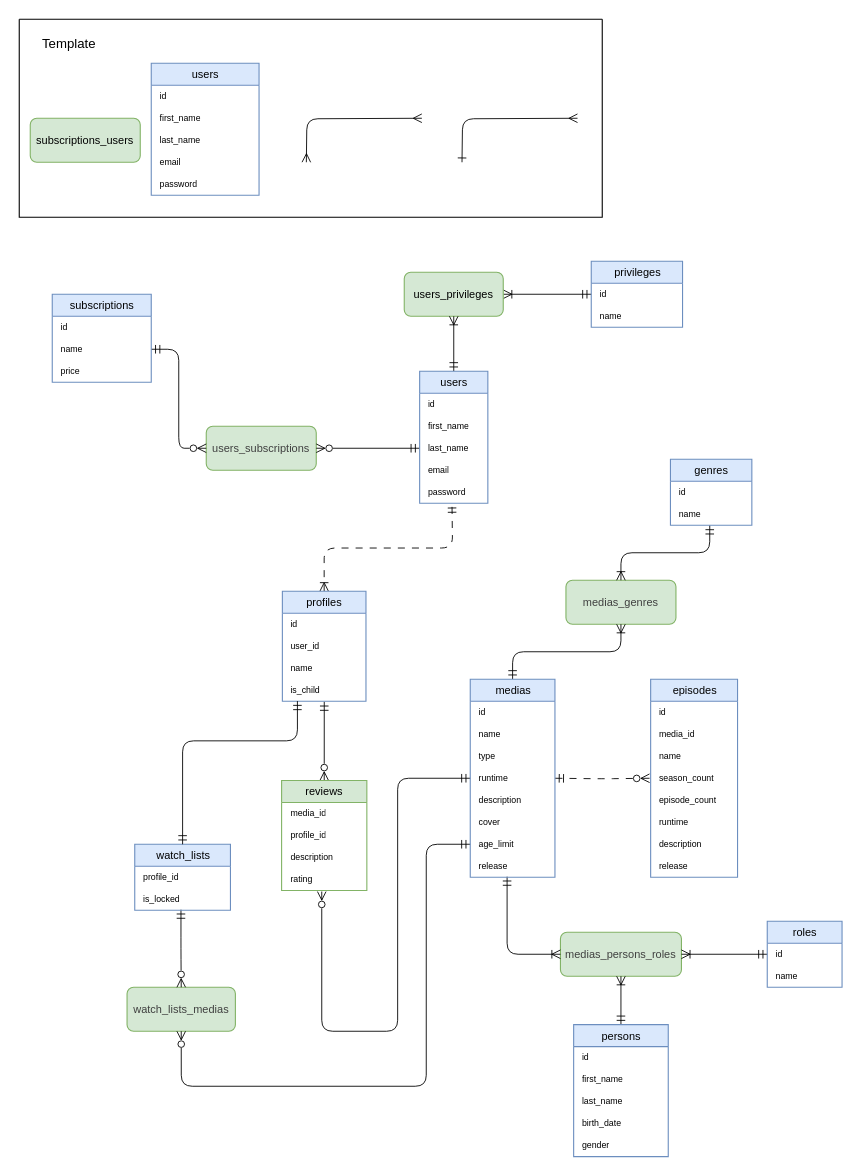
This is docs/diagrams/logical.drawio from Team-AB-DevOps/ab-dbd25, a draw.io file, before an edit. Source tidied: cells renumbered, new cells numbered last; positions are measured from the earlier drawing's top-left corner, leaving out a move shared by most shapes. Both pictures are drawn from the tidied source at 110%, with x=0, y=0 at pixel (19, 19).
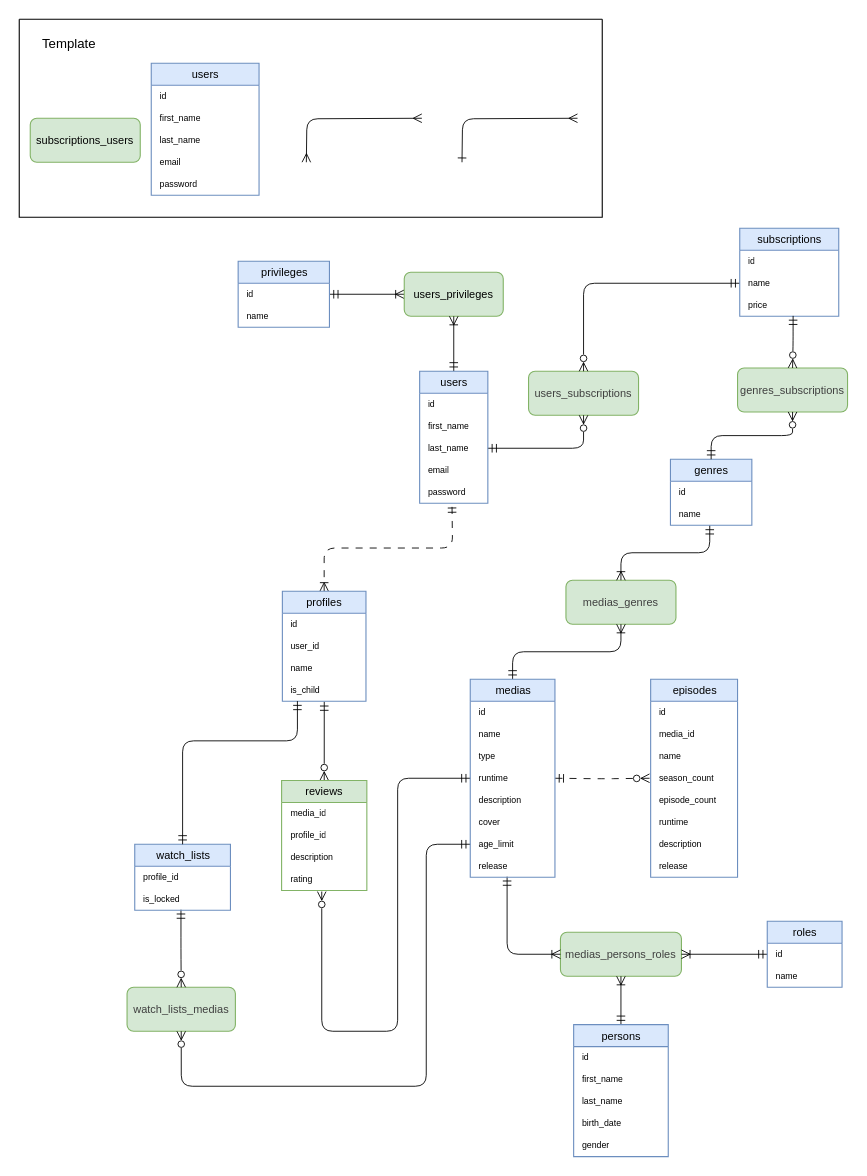
The same diagram, later.

Unchanged cells that the change refers to:
```xml
<mxCell id="3" value="&lt;span style=&quot;color: rgb(0, 0, 0);&quot;&gt;&lt;font style=&quot;font-size: 10px;&quot;&gt;users_privileges&lt;/font&gt;&lt;/span&gt;" style="rounded=1;whiteSpace=wrap;html=1;fillColor=#d5e8d4;strokeColor=#82b366;" parent="1" vertex="1">
  <mxGeometry x="350" y="230" width="90" height="40" as="geometry" />
</mxCell>
<mxCell id="38" style="shape=tableRow;horizontal=0;startSize=0;swimlaneHead=0;swimlaneBody=0;fillColor=none;points=[[0,0.5],[1,0.5]];portConstraint=eastwest;top=0;left=0;right=0;bottom=0;" parent="37" vertex="1">
  <mxGeometry y="20" width="83" height="20" as="geometry" />
</mxCell>
<mxCell id="47" style="shape=tableRow;horizontal=0;startSize=0;swimlaneHead=0;swimlaneBody=0;fillColor=none;points=[[0,0.5],[1,0.5]];portConstraint=eastwest;top=0;left=0;right=0;bottom=0;" parent="42" vertex="1">
  <mxGeometry y="60" width="62" height="20" as="geometry" />
</mxCell>
<mxCell id="56" style="shape=tableRow;horizontal=0;startSize=0;swimlaneHead=0;swimlaneBody=0;fillColor=none;points=[[0,0.5],[1,0.5]];portConstraint=eastwest;top=0;left=0;right=0;bottom=0;" parent="53" vertex="1">
  <mxGeometry y="40" width="90" height="20" as="geometry" />
</mxCell>
<mxCell id="58" style="shape=tableRow;horizontal=0;startSize=0;swimlaneHead=0;swimlaneBody=0;fillColor=none;points=[[0,0.5],[1,0.5]];portConstraint=eastwest;top=0;left=0;right=0;bottom=0;" parent="53" vertex="1">
  <mxGeometry y="60" width="90" height="20" as="geometry" />
</mxCell>
<mxCell id="69" value="&lt;span style=&quot;font-weight: normal;&quot;&gt;&lt;font style=&quot;font-size: 10px;&quot;&gt;genres&lt;/font&gt;&lt;/span&gt;" style="shape=table;startSize=20;childLayout=tableLayout;rowLines=0;fontStyle=1;align=center;html=1;fontSize=8;fillColor=#dae8fc;strokeColor=#6c8ebf;swimlaneLine=1;shadow=0;rounded=0;columnLines=1;swimlaneHead=1;swimlaneBody=1;horizontal=1;top=1;bottom=1;left=1;right=1;" parent="1" vertex="1">
  <mxGeometry x="592" y="400" width="74" height="60" as="geometry" />
</mxCell>
```

What changed in the source:
```diff
@@
-    <mxCell id="2" style="edgeStyle=orthogonalEdgeStyle;html=1;endArrow=ERoneToMany;endFill=0;startArrow=ERmandOne;startFill=0;strokeWidth=0.8;entryX=1;entryY=0.5;entryDx=0;entryDy=0;exitX=0;exitY=0.5;exitDx=0;exitDy=0;" parent="1" edge="1" source="37" target="3">
+    <mxCell id="2" style="edgeStyle=orthogonalEdgeStyle;html=1;endArrow=ERoneToMany;endFill=0;startArrow=ERmandOne;startFill=0;strokeWidth=0.8;entryX=0;entryY=0.5;entryDx=0;entryDy=0;exitX=1;exitY=0.5;exitDx=0;exitDy=0;" parent="1" edge="1" source="38" target="3">
       <mxGeometry relative="1" as="geometry" />
     </mxCell>
@@
     <mxCell id="5" value="&lt;span style=&quot;color: rgb(63, 63, 63); font-size: 10px;&quot;&gt;users_subscriptions&lt;/span&gt;" style="rounded=1;whiteSpace=wrap;html=1;fillColor=#d5e8d4;strokeColor=#82b366;" parent="1" vertex="1">
-      <mxGeometry x="170" y="370" width="100" height="40" as="geometry" />
+      <mxGeometry x="463" y="320" width="100" height="40" as="geometry" />
     </mxCell>
-    <mxCell id="6" style="edgeStyle=orthogonalEdgeStyle;html=1;endArrow=ERmandOne;endFill=0;startArrow=ERzeroToMany;startFill=0;strokeWidth=0.8;exitX=0;exitY=0.5;exitDx=0;exitDy=0;entryX=1;entryY=0.5;entryDx=0;entryDy=0;" parent="1" edge="1" source="5" target="56">
+    <mxCell id="6" style="edgeStyle=orthogonalEdgeStyle;html=1;endArrow=ERmandOne;endFill=0;startArrow=ERzeroToMany;startFill=0;strokeWidth=0.8;exitX=0.5;exitY=0;exitDx=0;exitDy=0;entryX=0;entryY=0.5;entryDx=0;entryDy=0;" parent="1" edge="1" source="5" target="56">
       <mxGeometry relative="1" as="geometry" />
     </mxCell>
-    <mxCell id="7" style="edgeStyle=orthogonalEdgeStyle;html=1;endArrow=ERzeroToMany;endFill=0;startArrow=ERmandOne;startFill=0;strokeWidth=0.8;entryX=1;entryY=0.5;entryDx=0;entryDy=0;exitX=0;exitY=0.5;exitDx=0;exitDy=0;" parent="1" edge="1" source="47" target="5">
+    <mxCell id="7" style="edgeStyle=orthogonalEdgeStyle;html=1;endArrow=ERzeroToMany;endFill=0;startArrow=ERmandOne;startFill=0;strokeWidth=0.8;entryX=0.5;entryY=1;entryDx=0;entryDy=0;exitX=1;exitY=0.5;exitDx=0;exitDy=0;" parent="1" edge="1" source="47" target="5">
       <mxGeometry relative="1" as="geometry" />
     </mxCell>
@@
     <mxCell id="37" value="&lt;span style=&quot;font-weight: normal;&quot;&gt;&lt;font style=&quot;font-size: 10px;&quot;&gt;privileges&lt;/font&gt;&lt;/span&gt;" style="shape=table;startSize=20;childLayout=tableLayout;rowLines=0;fontStyle=1;align=center;html=1;fontSize=8;fillColor=#dae8fc;strokeColor=#6c8ebf;swimlaneLine=1;shadow=0;rounded=0;columnLines=1;swimlaneHead=1;swimlaneBody=1;horizontal=1;top=1;bottom=1;left=1;right=1;" parent="1" vertex="1">
-      <mxGeometry x="520" y="220" width="83" height="60" as="geometry" />
+      <mxGeometry x="199" y="220" width="83" height="60" as="geometry" />
     </mxCell>
@@
     <mxCell id="53" value="&lt;span style=&quot;font-weight: normal;&quot;&gt;&lt;font style=&quot;font-size: 10px;&quot;&gt;subscriptions&lt;/font&gt;&lt;/span&gt;" style="shape=table;startSize=20;childLayout=tableLayout;rowLines=0;fontStyle=1;align=center;html=1;fontSize=8;fillColor=#dae8fc;strokeColor=#6c8ebf;swimlaneLine=1;shadow=0;rounded=0;columnLines=1;swimlaneHead=1;swimlaneBody=1;horizontal=1;top=1;bottom=1;left=1;right=1;" parent="1" vertex="1">
-      <mxGeometry x="30" y="250" width="90" height="80" as="geometry" />
+      <mxGeometry x="655" y="190" width="90" height="80" as="geometry" />
     </mxCell>
@@
+    <mxCell id="140" value="&lt;span style=&quot;color: rgb(63, 63, 63); font-size: 10px;&quot;&gt;genres_subscriptions&lt;/span&gt;" style="rounded=1;whiteSpace=wrap;html=1;fillColor=#d5e8d4;strokeColor=#82b366;" parent="1" vertex="1">
+      <mxGeometry x="653" y="317" width="100" height="40" as="geometry" />
+    </mxCell>
+    <mxCell id="141" style="edgeStyle=orthogonalEdgeStyle;html=1;endArrow=ERzeroToMany;endFill=0;startArrow=ERmandOne;startFill=0;strokeWidth=0.8;entryX=0.5;entryY=1;entryDx=0;entryDy=0;exitX=0.5;exitY=0;exitDx=0;exitDy=0;" parent="1" edge="1" source="69" target="140">
+      <mxGeometry relative="1" as="geometry" />
+    </mxCell>
+    <mxCell id="142" style="edgeStyle=orthogonalEdgeStyle;html=1;endArrow=ERzeroToMany;endFill=0;startArrow=ERmandOne;startFill=0;strokeWidth=0.8;entryX=0.5;entryY=0;entryDx=0;entryDy=0;exitX=0.539;exitY=0.983;exitDx=0;exitDy=0;exitPerimeter=0;" parent="1" edge="1" source="58" target="140">
+      <mxGeometry relative="1" as="geometry" />
+    </mxCell>
```
